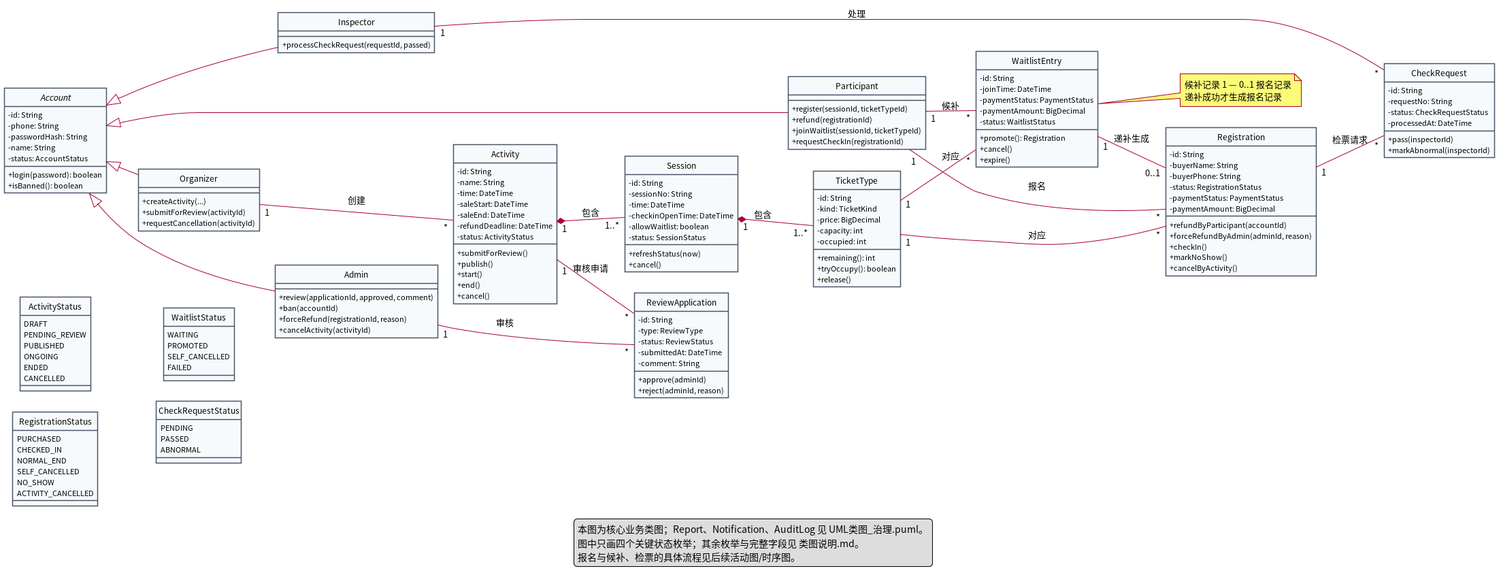
Lewis-44-China/se-lab1-requirements keeps this PlantUML diagram as lab2/UML/UML类图.png. Above is the earlier version.
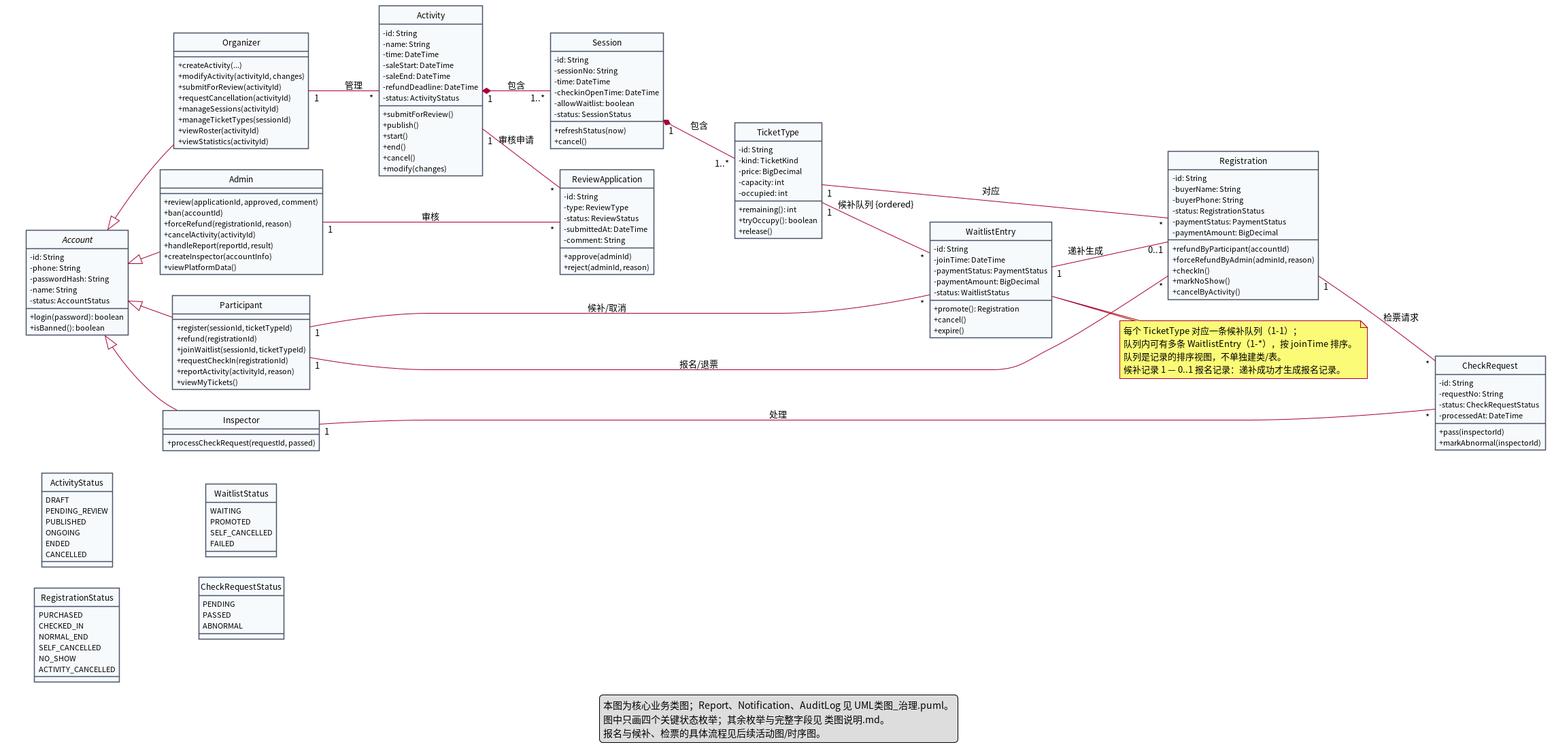
The same file after the commit.

Commit message:
lab2: 人工修订类图

The edit, as a diff of the source:
```diff
@@ -11,6 +11,7 @@
 hide circle
 left to right direction
 
+together {
 abstract class Account {
   - id: String
   - phone: String
@@ -25,11 +26,18 @@
   + refund(registrationId)
   + joinWaitlist(sessionId, ticketTypeId)
   + requestCheckIn(registrationId)
+  + reportActivity(activityId, reason)
+  + viewMyTickets()
 }
 class Organizer {
   + createActivity(...)
+  + modifyActivity(activityId, changes)
   + submitForReview(activityId)
   + requestCancellation(activityId)
+  + manageSessions(activityId)
+  + manageTicketTypes(sessionId)
+  + viewRoster(activityId)
+  + viewStatistics(activityId)
 }
 class Inspector {
   + processCheckRequest(requestId, passed)
@@ -39,8 +47,12 @@
   + ban(accountId)
   + forceRefund(registrationId, reason)
   + cancelActivity(activityId)
+  + handleReport(reportId, result)
+  + createInspector(accountInfo)
+  + viewPlatformData()
 }
 
+}
 class Activity {
   - id: String
   - name: String
@@ -54,6 +66,7 @@
   + start()
   + end()
   + cancel()
+  + modify(changes)
 }
 class Session {
   - id: String
@@ -149,23 +162,25 @@
 Account <|-- Inspector
 Account <|-- Admin
 
-Organizer "1" -- "*" Activity : 创建
+Organizer "1" -- "*" Activity : 管理
 Activity "1" *-- "1..*" Session : 包含
 Session "1" *-- "1..*" TicketType : 包含
 Activity "1" -- "*" ReviewApplication : 审核申请
 Admin "1" -- "*" ReviewApplication : 审核
 
-Participant "1" -- "*" Registration : 报名
+Participant "1" -- "*" Registration : 报名/退票
 TicketType "1" -- "*" Registration : 对应
-Participant "1" -- "*" WaitlistEntry : 候补
-TicketType "1" -- "*" WaitlistEntry : 对应
+Participant "1" -- "*" WaitlistEntry : 候补/取消
+TicketType "1" -- "*" WaitlistEntry : 候补队列 {ordered}
 WaitlistEntry "1" -- "0..1" Registration : 递补生成
 Registration "1" -- "*" CheckRequest : 检票请求
 Inspector "1" -- "*" CheckRequest : 处理
 
 note right of WaitlistEntry
-  候补记录 1 — 0..1 报名记录
-  递补成功才生成报名记录
+  每个 TicketType 对应一条候补队列（1-1）；
+  队列内可有多条 WaitlistEntry（1-*），按 joinTime 排序。
+  队列是记录的排序视图，不单独建类/表。
+  候补记录 1 — 0..1 报名记录：递补成功才生成报名记录。
 end note
 
 legend bottom
```
